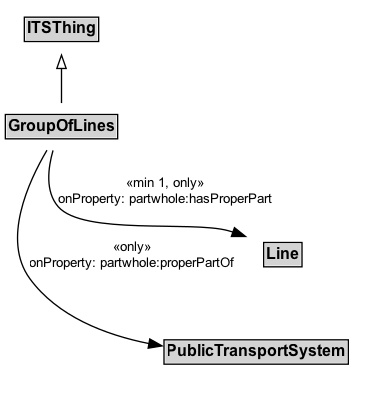
The Graphviz diagram docs/diagrams/GroupOfLines.png in k-vaughn/5087, before a commit. Its source is kept beside it as docs/diagrams/GroupOfLines.dot. Source of this version:
```dot
digraph {
	graph [overlap=false rankdir=TB splines=true]
	node [fontname=Arial fontsize=12 margin=0 shape=none]
	edge [fontname=Arial fontsize=10]
	ITSThing [label=<<TABLE BORDER="1" CELLBORDER="0" CELLSPACING="0" CELLPADDING="1"><TR><TD BGCOLOR="lightgray" ALIGN="CENTER"><B>ITSThing</B></TD></TR></TABLE>> margin=0]
	{
		rank=max
		GroupOfLines [label=<<TABLE BORDER="1" CELLBORDER="0" CELLSPACING="0" CELLPADDING="1"><TR><TD BGCOLOR="lightgray" ALIGN="CENTER" PORT="e"><B>GroupOfLines</B></TD></TR></TABLE>> margin=0]
	}
	subgraph cluster_associated {
		label="" style=invis
		Invis [label=<<TABLE BORDER="0" CELLBORDER="0" CELLSPACING="0" CELLPADDING="1"><TR><TD></TD></TR></TABLE>> margin=0 style=invis]
		Line [label=<<TABLE BORDER="1" CELLBORDER="0" CELLSPACING="0" CELLPADDING="1"><TR><TD BGCOLOR="lightgray" ALIGN="CENTER"><B>Line</B></TD></TR></TABLE>> margin=0]
		PublicTransportSystem [label=<<TABLE BORDER="1" CELLBORDER="0" CELLSPACING="0" CELLPADDING="1"><TR><TD BGCOLOR="lightgray" ALIGN="CENTER"><B>PublicTransportSystem</B></TD></TR></TABLE>> margin=0]
	}
	GroupOfLines -> ITSThing [arrowhead=onormal style=solid]
	GroupOfLines -> Invis [style=invis]
	Invis -> Line [style=invis]
	Line -> PublicTransportSystem [style=invis]
	GroupOfLines -> Line [label="«min 1, only»\nonProperty: partwhole:hasProperPart" arrowhead=normal style=solid]
	GroupOfLines -> PublicTransportSystem [label="«only»\nonProperty: partwhole:properPartOf" arrowhead=normal style=solid]
}
```
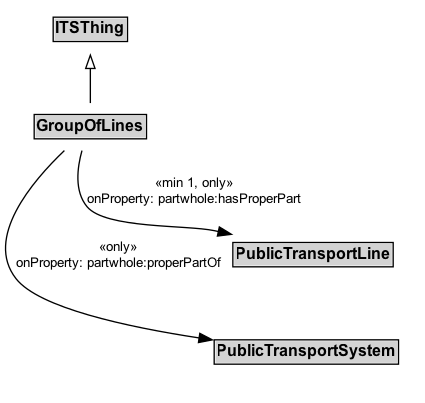
Above is the later version.

Diff of the diagram source:
```diff
@@ -10,13 +10,13 @@
 	subgraph cluster_associated {
 		label="" style=invis
 		Invis [label=<<TABLE BORDER="0" CELLBORDER="0" CELLSPACING="0" CELLPADDING="1"><TR><TD></TD></TR></TABLE>> margin=0 style=invis]
-		Line [label=<<TABLE BORDER="1" CELLBORDER="0" CELLSPACING="0" CELLPADDING="1"><TR><TD BGCOLOR="lightgray" ALIGN="CENTER"><B>Line</B></TD></TR></TABLE>> margin=0]
+		PublicTransportLine [label=<<TABLE BORDER="1" CELLBORDER="0" CELLSPACING="0" CELLPADDING="1"><TR><TD BGCOLOR="lightgray" ALIGN="CENTER"><B>PublicTransportLine</B></TD></TR></TABLE>> margin=0]
 		PublicTransportSystem [label=<<TABLE BORDER="1" CELLBORDER="0" CELLSPACING="0" CELLPADDING="1"><TR><TD BGCOLOR="lightgray" ALIGN="CENTER"><B>PublicTransportSystem</B></TD></TR></TABLE>> margin=0]
 	}
 	GroupOfLines -> ITSThing [arrowhead=onormal style=solid]
 	GroupOfLines -> Invis [style=invis]
-	Invis -> Line [style=invis]
-	Line -> PublicTransportSystem [style=invis]
-	GroupOfLines -> Line [label="«min 1, only»\nonProperty: partwhole:hasProperPart" arrowhead=normal style=solid]
+	Invis -> PublicTransportLine [style=invis]
+	PublicTransportLine -> PublicTransportSystem [style=invis]
+	GroupOfLines -> PublicTransportLine [label="«min 1, only»\nonProperty: partwhole:hasProperPart" arrowhead=normal style=solid]
 	GroupOfLines -> PublicTransportSystem [label="«only»\nonProperty: partwhole:properPartOf" arrowhead=normal style=solid]
 }
```
